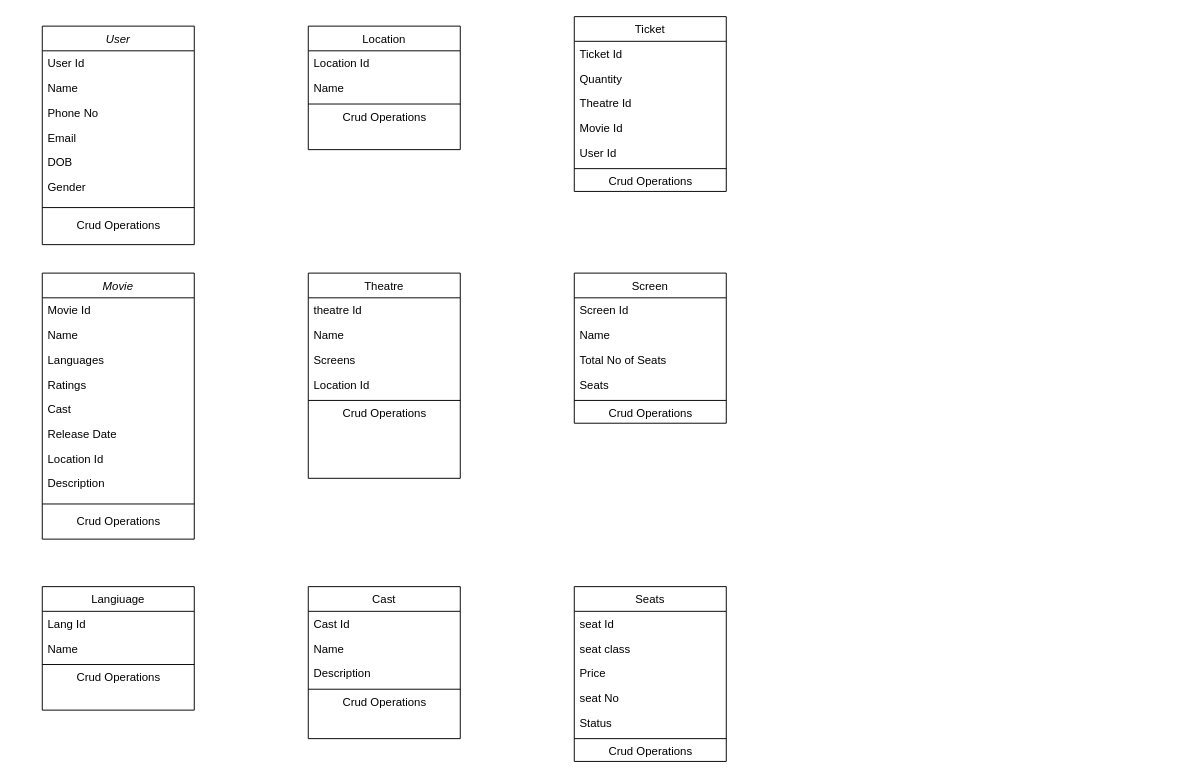
Earlier version of the draw.io diagram Untitled Diagram.drawio (876gokul/ER-Diagrams). Source tidied: cells renumbered, new cells numbered last; positions are measured from the earlier drawing's top-left corner, leaving out a move shared by most shapes. Both pictures are drawn from the tidied source at 95%, with x=0, y=0 at pixel (42, 16).
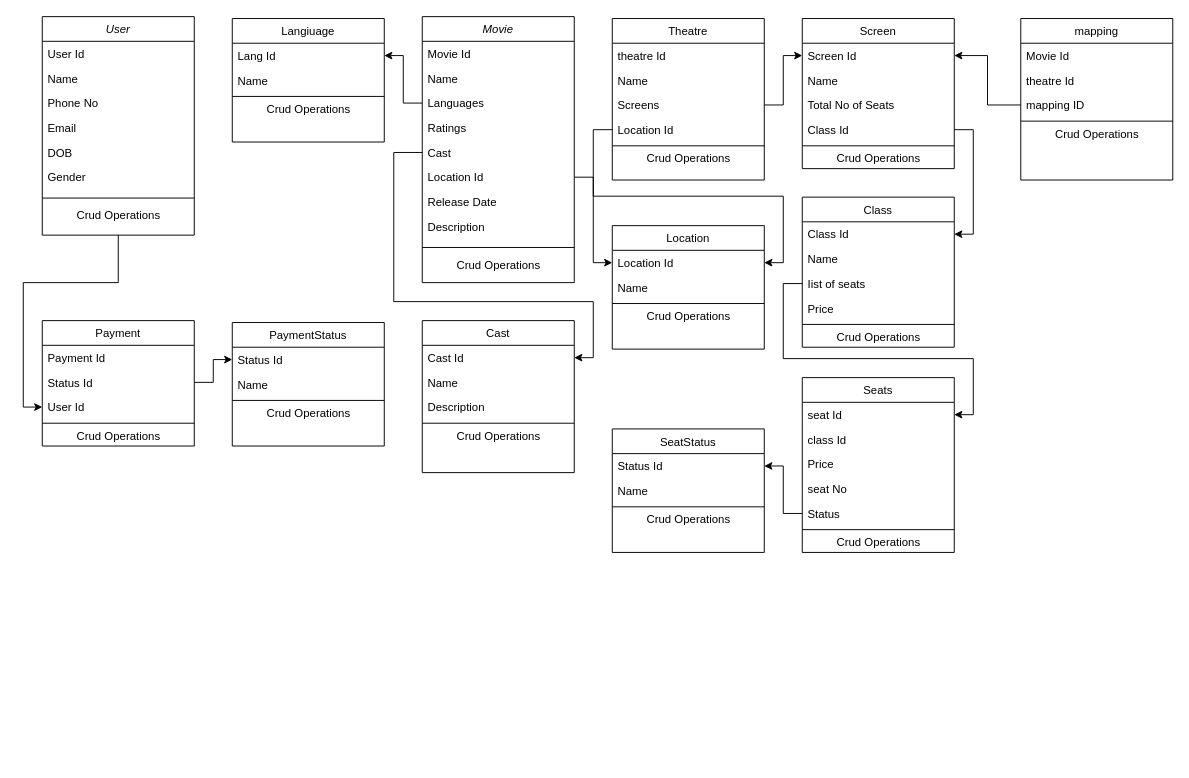
The same diagram, later.

Unchanged cells that the change refers to:
```xml
<mxCell id="14" value="Screens" style="text;align=left;verticalAlign=top;spacingLeft=4;spacingRight=4;overflow=hidden;points=[[0,0.5],[1,0.5]];portConstraint=eastwest;rounded=0;shadow=0;html=0;" parent="11" vertex="1">
  <mxGeometry y="78" width="160" height="26" as="geometry" />
</mxCell>
<mxCell id="15" value="Location Id" style="text;align=left;verticalAlign=top;spacingLeft=4;spacingRight=4;overflow=hidden;points=[[0,0.5],[1,0.5]];portConstraint=eastwest;rounded=0;shadow=0;html=0;" parent="11" vertex="1">
  <mxGeometry y="104" width="160" height="26" as="geometry" />
</mxCell>
<mxCell id="21" value="Languages" style="text;align=left;verticalAlign=top;spacingLeft=4;spacingRight=4;overflow=hidden;points=[[0,0.5],[1,0.5]];portConstraint=eastwest;rounded=0;shadow=0;html=0;" parent="18" vertex="1">
  <mxGeometry y="78" width="160" height="26" as="geometry" />
</mxCell>
<mxCell id="23" value="Cast" style="text;align=left;verticalAlign=top;spacingLeft=4;spacingRight=4;overflow=hidden;points=[[0,0.5],[1,0.5]];portConstraint=eastwest;rounded=0;shadow=0;html=0;" parent="18" vertex="1">
  <mxGeometry y="130" width="160" height="26" as="geometry" />
</mxCell>
<mxCell id="30" value="Location Id" style="text;align=left;verticalAlign=top;spacingLeft=4;spacingRight=4;overflow=hidden;points=[[0,0.5],[1,0.5]];portConstraint=eastwest;rounded=0;shadow=0;html=0;" parent="29" vertex="1">
  <mxGeometry y="26" width="160" height="26" as="geometry" />
</mxCell>
<mxCell id="35" value="seat Id" style="text;align=left;verticalAlign=top;spacingLeft=4;spacingRight=4;overflow=hidden;points=[[0,0.5],[1,0.5]];portConstraint=eastwest;rounded=0;shadow=0;html=0;" parent="34" vertex="1">
  <mxGeometry y="26" width="160" height="26" as="geometry" />
</mxCell>
<mxCell id="39" value="Status" style="text;align=left;verticalAlign=top;spacingLeft=4;spacingRight=4;overflow=hidden;points=[[0,0.5],[1,0.5]];portConstraint=eastwest;rounded=0;shadow=0;html=0;" parent="34" vertex="1">
  <mxGeometry y="130" width="160" height="26" as="geometry" />
</mxCell>
<mxCell id="43" value="Lang Id" style="text;align=left;verticalAlign=top;spacingLeft=4;spacingRight=4;overflow=hidden;points=[[0,0.5],[1,0.5]];portConstraint=eastwest;rounded=0;shadow=0;html=0;" parent="42" vertex="1">
  <mxGeometry y="26" width="160" height="26" as="geometry" />
</mxCell>
<mxCell id="48" value="Cast Id" style="text;align=left;verticalAlign=top;spacingLeft=4;spacingRight=4;overflow=hidden;points=[[0,0.5],[1,0.5]];portConstraint=eastwest;rounded=0;shadow=0;html=0;" parent="47" vertex="1">
  <mxGeometry y="26" width="160" height="26" as="geometry" />
</mxCell>
<mxCell id="62" value="Screen Id" style="text;align=left;verticalAlign=top;spacingLeft=4;spacingRight=4;overflow=hidden;points=[[0,0.5],[1,0.5]];portConstraint=eastwest;rounded=0;shadow=0;html=0;" parent="61" vertex="1">
  <mxGeometry y="26" width="160" height="26" as="geometry" />
</mxCell>
```

Diff of the diagram source:
```diff
@@
+    <mxCell id="68" style="edgeStyle=orthogonalEdgeStyle;rounded=0;jettySize=auto;html=1;entryX=0;entryY=0.5;entryDx=0;entryDy=0;" parent="1" edge="1" source="2" target="58">
+      <mxGeometry relative="1" as="geometry">
+        <Array as="points">
+          <mxPoint x="80" y="280" />
+          <mxPoint x="-20" y="280" />
+          <mxPoint x="-20" y="411" />
+        </Array>
+      </mxGeometry>
+    </mxCell>
     <mxCell id="2" value="User" style="swimlane;fontStyle=2;align=center;verticalAlign=top;horizontal=1;startSize=26;rounded=0;shadow=0;strokeWidth=1;" parent="1" vertex="1">
-      <mxGeometry y="10" width="160" height="230" as="geometry" />
+      <mxGeometry width="160" height="230" as="geometry" />
     </mxCell>
@@
     <mxCell id="11" value="Theatre" style="swimlane;fontStyle=0;align=center;verticalAlign=top;horizontal=1;startSize=26;rounded=0;shadow=0;strokeWidth=1;" parent="1" vertex="1">
-      <mxGeometry x="280" y="270" width="160" height="216" as="geometry" />
+      <mxGeometry x="600" y="2" width="160" height="170" as="geometry" />
     </mxCell>
@@
     <mxCell id="18" value="Movie" style="swimlane;fontStyle=2;align=center;verticalAlign=top;horizontal=1;startSize=26;rounded=0;shadow=0;strokeWidth=1;" parent="1" vertex="1">
-      <mxGeometry y="270" width="160" height="280" as="geometry" />
+      <mxGeometry x="400" width="160" height="280" as="geometry" />
     </mxCell>
@@
+    <mxCell id="25" value="Location Id" style="text;align=left;verticalAlign=top;spacingLeft=4;spacingRight=4;overflow=hidden;points=[[0,0.5],[1,0.5]];portConstraint=eastwest;rounded=0;shadow=0;html=0;" parent="18" vertex="1">
+      <mxGeometry y="156" width="160" height="26" as="geometry" />
+    </mxCell>
     <mxCell id="24" value="Release Date" style="text;align=left;verticalAlign=top;spacingLeft=4;spacingRight=4;overflow=hidden;rounded=0;shadow=0;html=0;" parent="18" vertex="1">
-      <mxGeometry y="156" width="160" height="26" as="geometry" />
+      <mxGeometry y="182" width="160" height="26" as="geometry" />
     </mxCell>
-    <mxCell id="25" value="Location Id" style="text;align=left;verticalAlign=top;spacingLeft=4;spacingRight=4;overflow=hidden;points=[[0,0.5],[1,0.5]];portConstraint=eastwest;rounded=0;shadow=0;html=0;" parent="18" vertex="1">
-      <mxGeometry y="182" width="160" height="26" as="geometry" />
-    </mxCell>
@@
     <mxCell id="29" value="Location" style="swimlane;fontStyle=0;align=center;verticalAlign=top;horizontal=1;startSize=26;rounded=0;shadow=0;strokeWidth=1;" parent="1" vertex="1">
-      <mxGeometry x="280" y="10" width="160" height="130" as="geometry" />
+      <mxGeometry x="600" y="220" width="160" height="130" as="geometry" />
     </mxCell>
@@
     <mxCell id="34" value="Seats" style="swimlane;fontStyle=0;align=center;verticalAlign=top;horizontal=1;startSize=26;rounded=0;shadow=0;strokeWidth=1;" parent="1" vertex="1">
-      <mxGeometry x="560" y="600" width="160" height="184" as="geometry" />
+      <mxGeometry x="800" y="380" width="160" height="184" as="geometry" />
     </mxCell>
@@
-    <mxCell id="36" value="seat class" style="text;align=left;verticalAlign=top;spacingLeft=4;spacingRight=4;overflow=hidden;rounded=0;shadow=0;html=0;" parent="34" vertex="1">
+    <mxCell id="36" value="class Id" style="text;align=left;verticalAlign=top;spacingLeft=4;spacingRight=4;overflow=hidden;rounded=0;shadow=0;html=0;" parent="34" vertex="1">
       <mxGeometry y="52" width="160" height="26" as="geometry" />
     </mxCell>
@@
     <mxCell id="42" value="Langiuage" style="swimlane;fontStyle=0;align=center;verticalAlign=top;horizontal=1;startSize=26;rounded=0;shadow=0;strokeWidth=1;" parent="1" vertex="1">
-      <mxGeometry y="600" width="160" height="130" as="geometry" />
+      <mxGeometry x="200" y="2" width="160" height="130" as="geometry" />
     </mxCell>
@@
     <mxCell id="47" value="Cast" style="swimlane;fontStyle=0;align=center;verticalAlign=top;horizontal=1;startSize=26;rounded=0;shadow=0;strokeWidth=1;" parent="1" vertex="1">
-      <mxGeometry x="280" y="600" width="160" height="160" as="geometry" />
+      <mxGeometry x="400" y="320" width="160" height="160" as="geometry" />
     </mxCell>
@@
-    <mxCell id="53" value="Ticket" style="swimlane;fontStyle=0;align=center;verticalAlign=top;horizontal=1;startSize=26;rounded=0;shadow=0;strokeWidth=1;" parent="1" vertex="1">
-      <mxGeometry x="560" width="160" height="184" as="geometry" />
-    </mxCell>
-    <mxCell id="54" value="Ticket Id" style="text;align=left;verticalAlign=top;spacingLeft=4;spacingRight=4;overflow=hidden;rounded=0;shadow=0;html=0;" parent="53" vertex="1">
-      <mxGeometry y="26" width="160" height="26" as="geometry" />
-    </mxCell>
-    <mxCell id="55" value="Quantity" style="text;align=left;verticalAlign=top;spacingLeft=4;spacingRight=4;overflow=hidden;rounded=0;shadow=0;html=0;" parent="53" vertex="1">
-      <mxGeometry y="52" width="160" height="26" as="geometry" />
-    </mxCell>
-    <mxCell id="56" value="Theatre Id" style="text;align=left;verticalAlign=top;spacingLeft=4;spacingRight=4;overflow=hidden;rounded=0;shadow=0;html=0;" parent="53" vertex="1">
-      <mxGeometry y="78" width="160" height="26" as="geometry" />
-    </mxCell>
-    <mxCell id="57" value="Movie Id" style="text;align=left;verticalAlign=top;spacingLeft=4;spacingRight=4;overflow=hidden;rounded=0;shadow=0;html=0;" parent="53" vertex="1">
-      <mxGeometry y="104" width="160" height="26" as="geometry" />
-    </mxCell>
-    <mxCell id="58" value="User Id" style="text;align=left;verticalAlign=top;spacingLeft=4;spacingRight=4;overflow=hidden;points=[[0,0.5],[1,0.5]];portConstraint=eastwest;rounded=0;shadow=0;html=0;" parent="53" vertex="1">
-      <mxGeometry y="130" width="160" height="26" as="geometry" />
-    </mxCell>
-    <mxCell id="59" style="line;html=1;strokeWidth=1;align=left;verticalAlign=middle;spacingTop=-1;spacingLeft=3;spacingRight=3;labelPosition=right;" parent="53" vertex="1">
-      <mxGeometry y="156" width="160" height="8" as="geometry" />
-    </mxCell>
-    <mxCell id="60" value="Crud Operations" style="text;html=1;align=center;verticalAlign=middle;strokeColor=none;fillColor=none;" parent="53" vertex="1">
-      <mxGeometry y="164" width="160" height="20" as="geometry" />
-    </mxCell>
     <mxCell id="61" value="Screen" style="swimlane;fontStyle=0;align=center;verticalAlign=top;horizontal=1;startSize=26;rounded=0;shadow=0;strokeWidth=1;" parent="1" vertex="1">
-      <mxGeometry x="560" y="270" width="160" height="158" as="geometry" />
+      <mxGeometry x="800" y="2" width="160" height="158" as="geometry" />
     </mxCell>
@@
-    <mxCell id="65" value="Seats" style="text;align=left;verticalAlign=top;spacingLeft=4;spacingRight=4;overflow=hidden;points=[[0,0.5],[1,0.5]];portConstraint=eastwest;rounded=0;shadow=0;html=0;" parent="61" vertex="1">
+    <mxCell id="65" value="Class Id" style="text;align=left;verticalAlign=top;spacingLeft=4;spacingRight=4;overflow=hidden;points=[[0,0.5],[1,0.5]];portConstraint=eastwest;rounded=0;shadow=0;html=0;" parent="61" vertex="1">
       <mxGeometry y="104" width="160" height="26" as="geometry" />
     </mxCell>
@@
+    <mxCell id="69" value="Class" style="swimlane;fontStyle=0;align=center;verticalAlign=top;horizontal=1;startSize=26;rounded=0;shadow=0;strokeWidth=1;" parent="1" vertex="1">
+      <mxGeometry x="800" y="190" width="160" height="158" as="geometry" />
+    </mxCell>
+    <mxCell id="70" value="Class Id" style="text;align=left;verticalAlign=top;spacingLeft=4;spacingRight=4;overflow=hidden;points=[[0,0.5],[1,0.5]];portConstraint=eastwest;rounded=0;shadow=0;html=0;" parent="69" vertex="1">
+      <mxGeometry y="26" width="160" height="26" as="geometry" />
+    </mxCell>
+    <mxCell id="71" value="Name" style="text;align=left;verticalAlign=top;spacingLeft=4;spacingRight=4;overflow=hidden;rounded=0;shadow=0;html=0;" parent="69" vertex="1">
+      <mxGeometry y="52" width="160" height="26" as="geometry" />
+    </mxCell>
+    <mxCell id="72" value="Iist of seats" style="text;align=left;verticalAlign=top;spacingLeft=4;spacingRight=4;overflow=hidden;points=[[0,0.5],[1,0.5]];portConstraint=eastwest;rounded=0;shadow=0;html=0;" parent="69" vertex="1">
+      <mxGeometry y="78" width="160" height="26" as="geometry" />
+    </mxCell>
+    <mxCell id="73" value="Price" style="text;align=left;verticalAlign=top;spacingLeft=4;spacingRight=4;overflow=hidden;rounded=0;shadow=0;html=0;" parent="69" vertex="1">
+      <mxGeometry y="104" width="160" height="26" as="geometry" />
+    </mxCell>
+    <mxCell id="74" style="line;html=1;strokeWidth=1;align=left;verticalAlign=middle;spacingTop=-1;spacingLeft=3;spacingRight=3;labelPosition=right;" parent="69" vertex="1">
+      <mxGeometry y="130" width="160" height="8" as="geometry" />
+    </mxCell>
+    <mxCell id="75" value="Crud Operations" style="text;html=1;align=center;verticalAlign=middle;strokeColor=none;fillColor=none;" parent="69" vertex="1">
+      <mxGeometry y="138" width="160" height="20" as="geometry" />
+    </mxCell>
+    <mxCell id="76" value="Payment" style="swimlane;fontStyle=0;align=center;verticalAlign=top;horizontal=1;startSize=26;rounded=0;shadow=0;strokeWidth=1;" parent="1" vertex="1">
+      <mxGeometry y="320" width="160" height="132" as="geometry" />
+    </mxCell>
+    <mxCell id="77" value="Payment Id" style="text;align=left;verticalAlign=top;spacingLeft=4;spacingRight=4;overflow=hidden;rounded=0;shadow=0;html=0;" parent="76" vertex="1">
+      <mxGeometry y="26" width="160" height="26" as="geometry" />
+    </mxCell>
+    <mxCell id="78" value="Status Id" style="text;align=left;verticalAlign=top;spacingLeft=4;spacingRight=4;overflow=hidden;points=[[0,0.5],[1,0.5]];portConstraint=eastwest;rounded=0;shadow=0;html=0;" parent="76" vertex="1">
+      <mxGeometry y="52" width="160" height="26" as="geometry" />
+    </mxCell>
+    <mxCell id="58" value="User Id" style="text;align=left;verticalAlign=top;spacingLeft=4;spacingRight=4;overflow=hidden;points=[[0,0.5],[1,0.5]];portConstraint=eastwest;rounded=0;shadow=0;html=0;" parent="76" vertex="1">
+      <mxGeometry y="78" width="160" height="26" as="geometry" />
+    </mxCell>
+    <mxCell id="79" style="line;html=1;strokeWidth=1;align=left;verticalAlign=middle;spacingTop=-1;spacingLeft=3;spacingRight=3;labelPosition=right;" parent="76" vertex="1">
+      <mxGeometry y="104" width="160" height="8" as="geometry" />
+    </mxCell>
+    <mxCell id="80" value="Crud Operations" style="text;html=1;align=center;verticalAlign=middle;strokeColor=none;fillColor=none;" parent="76" vertex="1">
+      <mxGeometry y="112" width="160" height="20" as="geometry" />
+    </mxCell>
+    <mxCell id="81" value="PaymentStatus" style="swimlane;fontStyle=0;align=center;verticalAlign=top;horizontal=1;startSize=26;rounded=0;shadow=0;strokeWidth=1;" parent="1" vertex="1">
+      <mxGeometry x="200" y="322" width="160" height="130" as="geometry" />
+    </mxCell>
+    <mxCell id="82" value="Status Id" style="text;align=left;verticalAlign=top;spacingLeft=4;spacingRight=4;overflow=hidden;points=[[0,0.5],[1,0.5]];portConstraint=eastwest;rounded=0;shadow=0;html=0;" parent="81" vertex="1">
+      <mxGeometry y="26" width="160" height="26" as="geometry" />
+    </mxCell>
+    <mxCell id="83" value="Name" style="text;align=left;verticalAlign=top;spacingLeft=4;spacingRight=4;overflow=hidden;rounded=0;shadow=0;html=0;" parent="81" vertex="1">
+      <mxGeometry y="52" width="160" height="26" as="geometry" />
+    </mxCell>
+    <mxCell id="84" style="line;html=1;strokeWidth=1;align=left;verticalAlign=middle;spacingTop=-1;spacingLeft=3;spacingRight=3;labelPosition=right;" parent="81" vertex="1">
+      <mxGeometry y="78" width="160" height="8" as="geometry" />
+    </mxCell>
+    <mxCell id="85" value="Crud Operations" style="text;html=1;align=center;verticalAlign=middle;strokeColor=none;fillColor=none;" parent="81" vertex="1">
+      <mxGeometry y="86" width="160" height="20" as="geometry" />
+    </mxCell>
+    <mxCell id="86" value="SeatStatus" style="swimlane;fontStyle=0;align=center;verticalAlign=top;horizontal=1;startSize=26;rounded=0;shadow=0;strokeWidth=1;" parent="1" vertex="1">
+      <mxGeometry x="600" y="434" width="160" height="130" as="geometry" />
+    </mxCell>
+    <mxCell id="87" value="Status Id" style="text;align=left;verticalAlign=top;spacingLeft=4;spacingRight=4;overflow=hidden;points=[[0,0.5],[1,0.5]];portConstraint=eastwest;rounded=0;shadow=0;html=0;" parent="86" vertex="1">
+      <mxGeometry y="26" width="160" height="26" as="geometry" />
+    </mxCell>
+    <mxCell id="88" value="Name" style="text;align=left;verticalAlign=top;spacingLeft=4;spacingRight=4;overflow=hidden;rounded=0;shadow=0;html=0;" parent="86" vertex="1">
+      <mxGeometry y="52" width="160" height="26" as="geometry" />
+    </mxCell>
+    <mxCell id="89" style="line;html=1;strokeWidth=1;align=left;verticalAlign=middle;spacingTop=-1;spacingLeft=3;spacingRight=3;labelPosition=right;" parent="86" vertex="1">
+      <mxGeometry y="78" width="160" height="8" as="geometry" />
+    </mxCell>
+    <mxCell id="90" value="Crud Operations" style="text;html=1;align=center;verticalAlign=middle;strokeColor=none;fillColor=none;" parent="86" vertex="1">
+      <mxGeometry y="86" width="160" height="20" as="geometry" />
+    </mxCell>
+    <mxCell id="91" style="edgeStyle=orthogonalEdgeStyle;rounded=0;jettySize=auto;html=1;" parent="1" edge="1" source="14" target="62">
+      <mxGeometry relative="1" as="geometry" />
+    </mxCell>
+    <mxCell id="92" style="edgeStyle=orthogonalEdgeStyle;rounded=0;jettySize=auto;html=1;" parent="1" edge="1" source="23" target="48">
+      <mxGeometry relative="1" as="geometry">
+        <Array as="points">
+          <mxPoint x="370" y="143" />
+          <mxPoint x="370" y="300" />
+          <mxPoint x="580" y="300" />
+          <mxPoint x="580" y="359" />
+        </Array>
+      </mxGeometry>
+    </mxCell>
+    <mxCell id="93" style="edgeStyle=orthogonalEdgeStyle;rounded=0;jettySize=auto;html=1;exitX=1;exitY=0.5;exitDx=0;exitDy=0;" parent="1" edge="1" source="65" target="70">
+      <mxGeometry relative="1" as="geometry" />
+    </mxCell>
+    <mxCell id="94" style="edgeStyle=orthogonalEdgeStyle;rounded=0;jettySize=auto;html=1;entryX=0;entryY=0.5;entryDx=0;entryDy=0;" parent="1" edge="1" source="78" target="82">
+      <mxGeometry relative="1" as="geometry" />
+    </mxCell>
+    <mxCell id="95" style="edgeStyle=orthogonalEdgeStyle;rounded=0;jettySize=auto;html=1;" parent="1" edge="1" source="21" target="43">
+      <mxGeometry relative="1" as="geometry" />
+    </mxCell>
+    <mxCell id="96" style="edgeStyle=orthogonalEdgeStyle;rounded=0;jettySize=auto;html=1;" parent="1" edge="1" source="72" target="35">
+      <mxGeometry relative="1" as="geometry">
+        <Array as="points">
+          <mxPoint x="780" y="281" />
+          <mxPoint x="780" y="360" />
+          <mxPoint x="980" y="360" />
+          <mxPoint x="980" y="419" />
+        </Array>
+      </mxGeometry>
+    </mxCell>
+    <mxCell id="97" style="edgeStyle=orthogonalEdgeStyle;rounded=0;jettySize=auto;html=1;" parent="1" edge="1" source="39" target="87">
+      <mxGeometry relative="1" as="geometry" />
+    </mxCell>
+    <mxCell id="98" style="edgeStyle=orthogonalEdgeStyle;rounded=0;jettySize=auto;html=1;entryX=0;entryY=0.5;entryDx=0;entryDy=0;" parent="1" edge="1" source="25" target="30">
+      <mxGeometry relative="1" as="geometry" />
+    </mxCell>
+    <mxCell id="99" style="edgeStyle=orthogonalEdgeStyle;rounded=0;jettySize=auto;html=1;entryX=1;entryY=0.5;entryDx=0;entryDy=0;" parent="1" edge="1" source="15" target="30">
+      <mxGeometry relative="1" as="geometry" />
+    </mxCell>
+    <mxCell id="100" value="mapping" style="swimlane;fontStyle=0;align=center;verticalAlign=top;horizontal=1;startSize=26;rounded=0;shadow=0;strokeWidth=1;" parent="1" vertex="1">
+      <mxGeometry x="1030" y="2" width="160" height="170" as="geometry" />
+    </mxCell>
+    <mxCell id="57" value="Movie Id" style="text;align=left;verticalAlign=top;spacingLeft=4;spacingRight=4;overflow=hidden;" parent="100" vertex="1">
+      <mxGeometry y="26" width="160" height="26" as="geometry" />
+    </mxCell>
+    <mxCell id="101" value="theatre Id" style="text;align=left;verticalAlign=top;spacingLeft=4;spacingRight=4;overflow=hidden;rounded=0;shadow=0;html=0;" parent="100" vertex="1">
+      <mxGeometry y="52" width="160" height="26" as="geometry" />
+    </mxCell>
+    <mxCell id="102" value="mapping ID" style="text;align=left;verticalAlign=top;spacingLeft=4;spacingRight=4;overflow=hidden;points=[[0,0.5],[1,0.5]];portConstraint=eastwest;rounded=0;shadow=0;html=0;" parent="100" vertex="1">
+      <mxGeometry y="78" width="160" height="26" as="geometry" />
+    </mxCell>
+    <mxCell id="103" style="line;html=1;strokeWidth=1;align=left;verticalAlign=middle;spacingTop=-1;spacingLeft=3;spacingRight=3;labelPosition=right;" parent="100" vertex="1">
+      <mxGeometry y="104" width="160" height="8" as="geometry" />
+    </mxCell>
+    <mxCell id="104" value="Crud Operations" style="text;html=1;align=center;verticalAlign=middle;strokeColor=none;fillColor=none;" parent="100" vertex="1">
+      <mxGeometry y="112" width="160" height="20" as="geometry" />
+    </mxCell>
+    <mxCell id="105" style="edgeStyle=orthogonalEdgeStyle;rounded=0;jettySize=auto;html=1;entryX=1;entryY=0.5;entryDx=0;entryDy=0;" parent="1" edge="1" source="102" target="62">
+      <mxGeometry relative="1" as="geometry" />
+    </mxCell>
```
